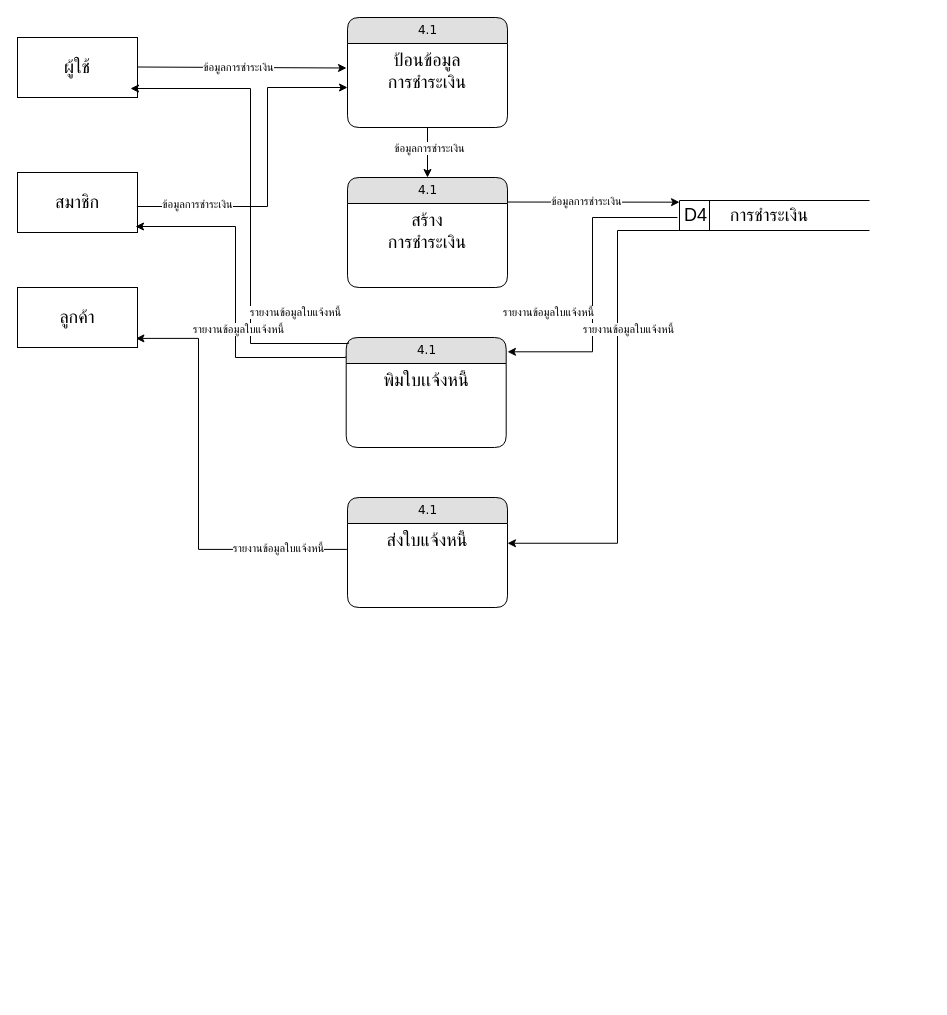
This is dataflow-pms-4.0.drawio from NewSnooker/it-udvc-pms, a draw.io file, before an edit. Source tidied: cells renumbered, new cells numbered last; positions are measured from the earlier drawing's top-left corner, leaving out a move shared by most shapes. Both pictures are drawn from the tidied source at 100%, with x=0, y=0 at pixel (17, 17).
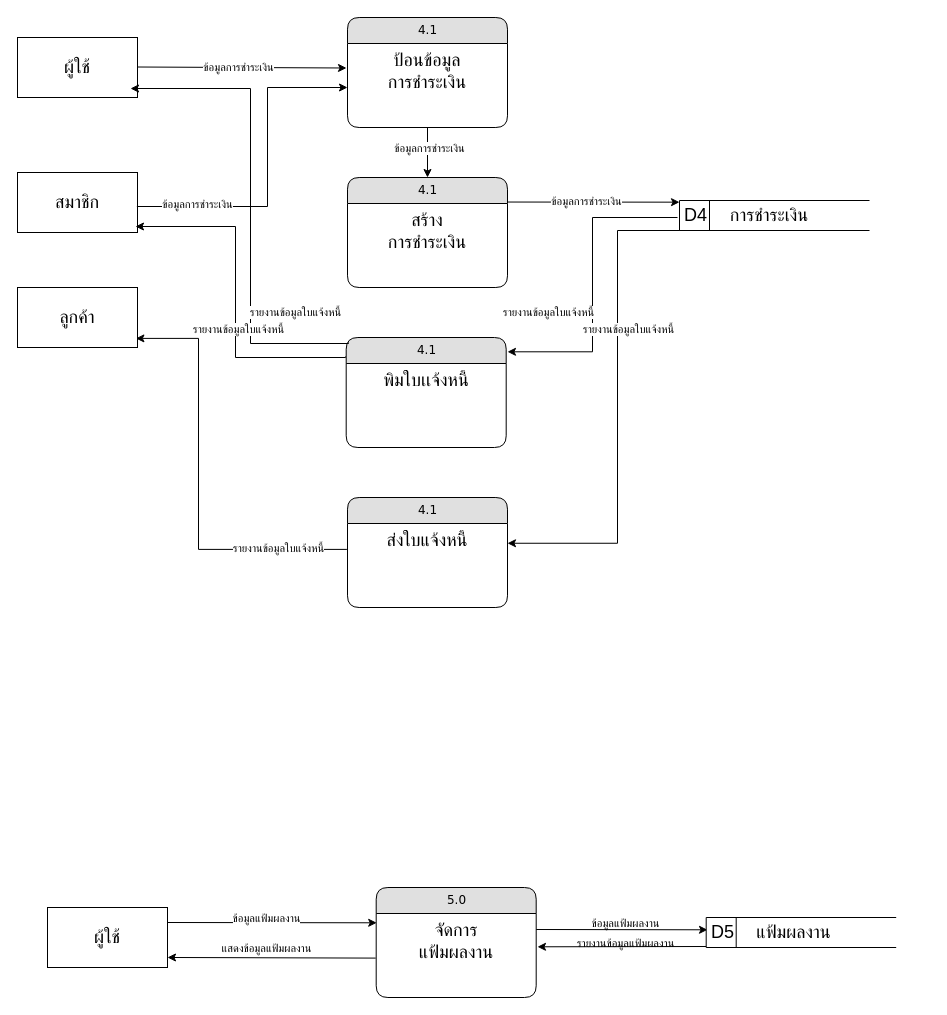
The same page after the edit.

Diff of the diagram source:
```diff
@@
+    <mxCell id="34" value="5.0" style="swimlane;html=1;fontStyle=0;horizontal=1;startSize=26;fillColor=#e0e0e0;swimlaneFillColor=#ffffff;align=center;rounded=1;shadow=0;comic=0;labelBackgroundColor=none;strokeWidth=1;fontFamily=Verdana;fontSize=12;" parent="1" vertex="1">
+      <mxGeometry x="358.7" y="870" width="160" height="110" as="geometry" />
+    </mxCell>
+    <mxCell id="35" value="&lt;span style=&quot;font-size: 18px;&quot;&gt;จัดการ&lt;/span&gt;&lt;div&gt;&lt;span style=&quot;font-size: 18px;&quot;&gt;แฟ้มผลงาน&lt;/span&gt;&lt;/div&gt;" style="text;html=1;strokeColor=none;fillColor=none;spacingLeft=4;spacingRight=4;whiteSpace=wrap;overflow=hidden;align=center;" parent="34" vertex="1">
+      <mxGeometry y="26" width="160" height="54" as="geometry" />
+    </mxCell>
+    <mxCell id="36" value="&lt;span style=&quot;font-size: 18px; text-wrap-mode: nowrap;&quot;&gt;ผู้ใช้&lt;/span&gt;" style="rounded=0;whiteSpace=wrap;html=1;" parent="1" vertex="1">
+      <mxGeometry x="30" y="890" width="120" height="60" as="geometry" />
+    </mxCell>
+    <mxCell id="37" style="endArrow=classic;html=1;rounded=0;exitX=1;exitY=0.25;exitDx=0;exitDy=0;entryX=0.003;entryY=0.172;entryDx=0;entryDy=0;entryPerimeter=0;" parent="1" edge="1" source="36">
+      <mxGeometry relative="1" as="geometry">
+        <mxPoint x="359.2" y="905.3" as="targetPoint" />
+      </mxGeometry>
+    </mxCell>
+    <mxCell id="38" style="endArrow=classic;html=1;rounded=0;exitX=-0.003;exitY=0.826;exitDx=0;exitDy=0;entryX=1;entryY=0.833;entryDx=0;entryDy=0;entryPerimeter=0;exitPerimeter=0;" parent="1" edge="1" target="36">
+      <mxGeometry relative="1" as="geometry">
+        <mxPoint x="358.2" y="940.6" as="sourcePoint" />
+      </mxGeometry>
+    </mxCell>
+    <mxCell id="39" value="ข้อมูลแฟ้มผลงาน" style="edgeLabel;html=1;align=center;verticalAlign=middle;" parent="1" vertex="1">
+      <mxGeometry x="607.5" y="905" as="geometry" />
+    </mxCell>
+    <mxCell id="40" value="รายงานข้อมูลแฟ้มผลงาน" style="edgeLabel;html=1;align=center;verticalAlign=middle;" parent="1" vertex="1">
+      <mxGeometry x="607.5" y="925" as="geometry" />
+    </mxCell>
+    <mxCell id="41" value="ข้อมูลแฟ้มผลงาน" style="edgeLabel;html=1;align=center;verticalAlign=middle;" parent="1" vertex="1">
+      <mxGeometry x="248.5" y="900" as="geometry" />
+    </mxCell>
+    <mxCell id="42" value="แสดงข้อมูลแฟ้มผลงาน" style="edgeLabel;html=1;align=center;verticalAlign=middle;" parent="1" vertex="1">
+      <mxGeometry x="248.5" y="930" as="geometry" />
+    </mxCell>
+    <mxCell id="43" style="endArrow=classic;html=1;rounded=0;exitX=0.992;exitY=0.389;exitDx=0;exitDy=0;exitPerimeter=0;entryX=0;entryY=0.242;entryDx=0;entryDy=0;entryPerimeter=0;" parent="1" edge="1">
+      <mxGeometry relative="1" as="geometry">
+        <mxPoint x="518.7" y="912" as="sourcePoint" />
+        <mxPoint x="690" y="912.3" as="targetPoint" />
+      </mxGeometry>
+    </mxCell>
+    <mxCell id="44" style="endArrow=classic;html=1;rounded=0;exitX=-0.001;exitY=0.799;exitDx=0;exitDy=0;exitPerimeter=0;entryX=1;entryY=0.709;entryDx=0;entryDy=0;entryPerimeter=0;" parent="1" edge="1">
+      <mxGeometry relative="1" as="geometry">
+        <mxPoint x="689.8" y="929" as="sourcePoint" />
+        <mxPoint x="520" y="929.3" as="targetPoint" />
+      </mxGeometry>
+    </mxCell>
+    <mxCell id="45" style="group;" parent="1" vertex="1">
+      <mxGeometry x="688.7" y="900" width="190" height="30" as="geometry" />
+    </mxCell>
+    <mxCell id="46" value="&lt;font style=&quot;font-size: 18px;&quot;&gt;D5&lt;/font&gt;" style="html=1;dashed=0;whiteSpace=wrap;shape=mxgraph.dfd.dataStoreID;align=left;spacingLeft=3;" parent="45" vertex="1">
+      <mxGeometry width="190" height="30" as="geometry" />
+    </mxCell>
+    <mxCell id="47" value="&lt;div&gt;&lt;span style=&quot;font-size: 18px;&quot;&gt;แฟ้มผลงาน&lt;/span&gt;&lt;/div&gt;" style="text;strokeColor=none;align=center;fillColor=none;html=1;verticalAlign=middle;whiteSpace=wrap;rounded=0;" parent="45" vertex="1">
+      <mxGeometry x="35" width="105" height="30" as="geometry" />
+    </mxCell>
```
